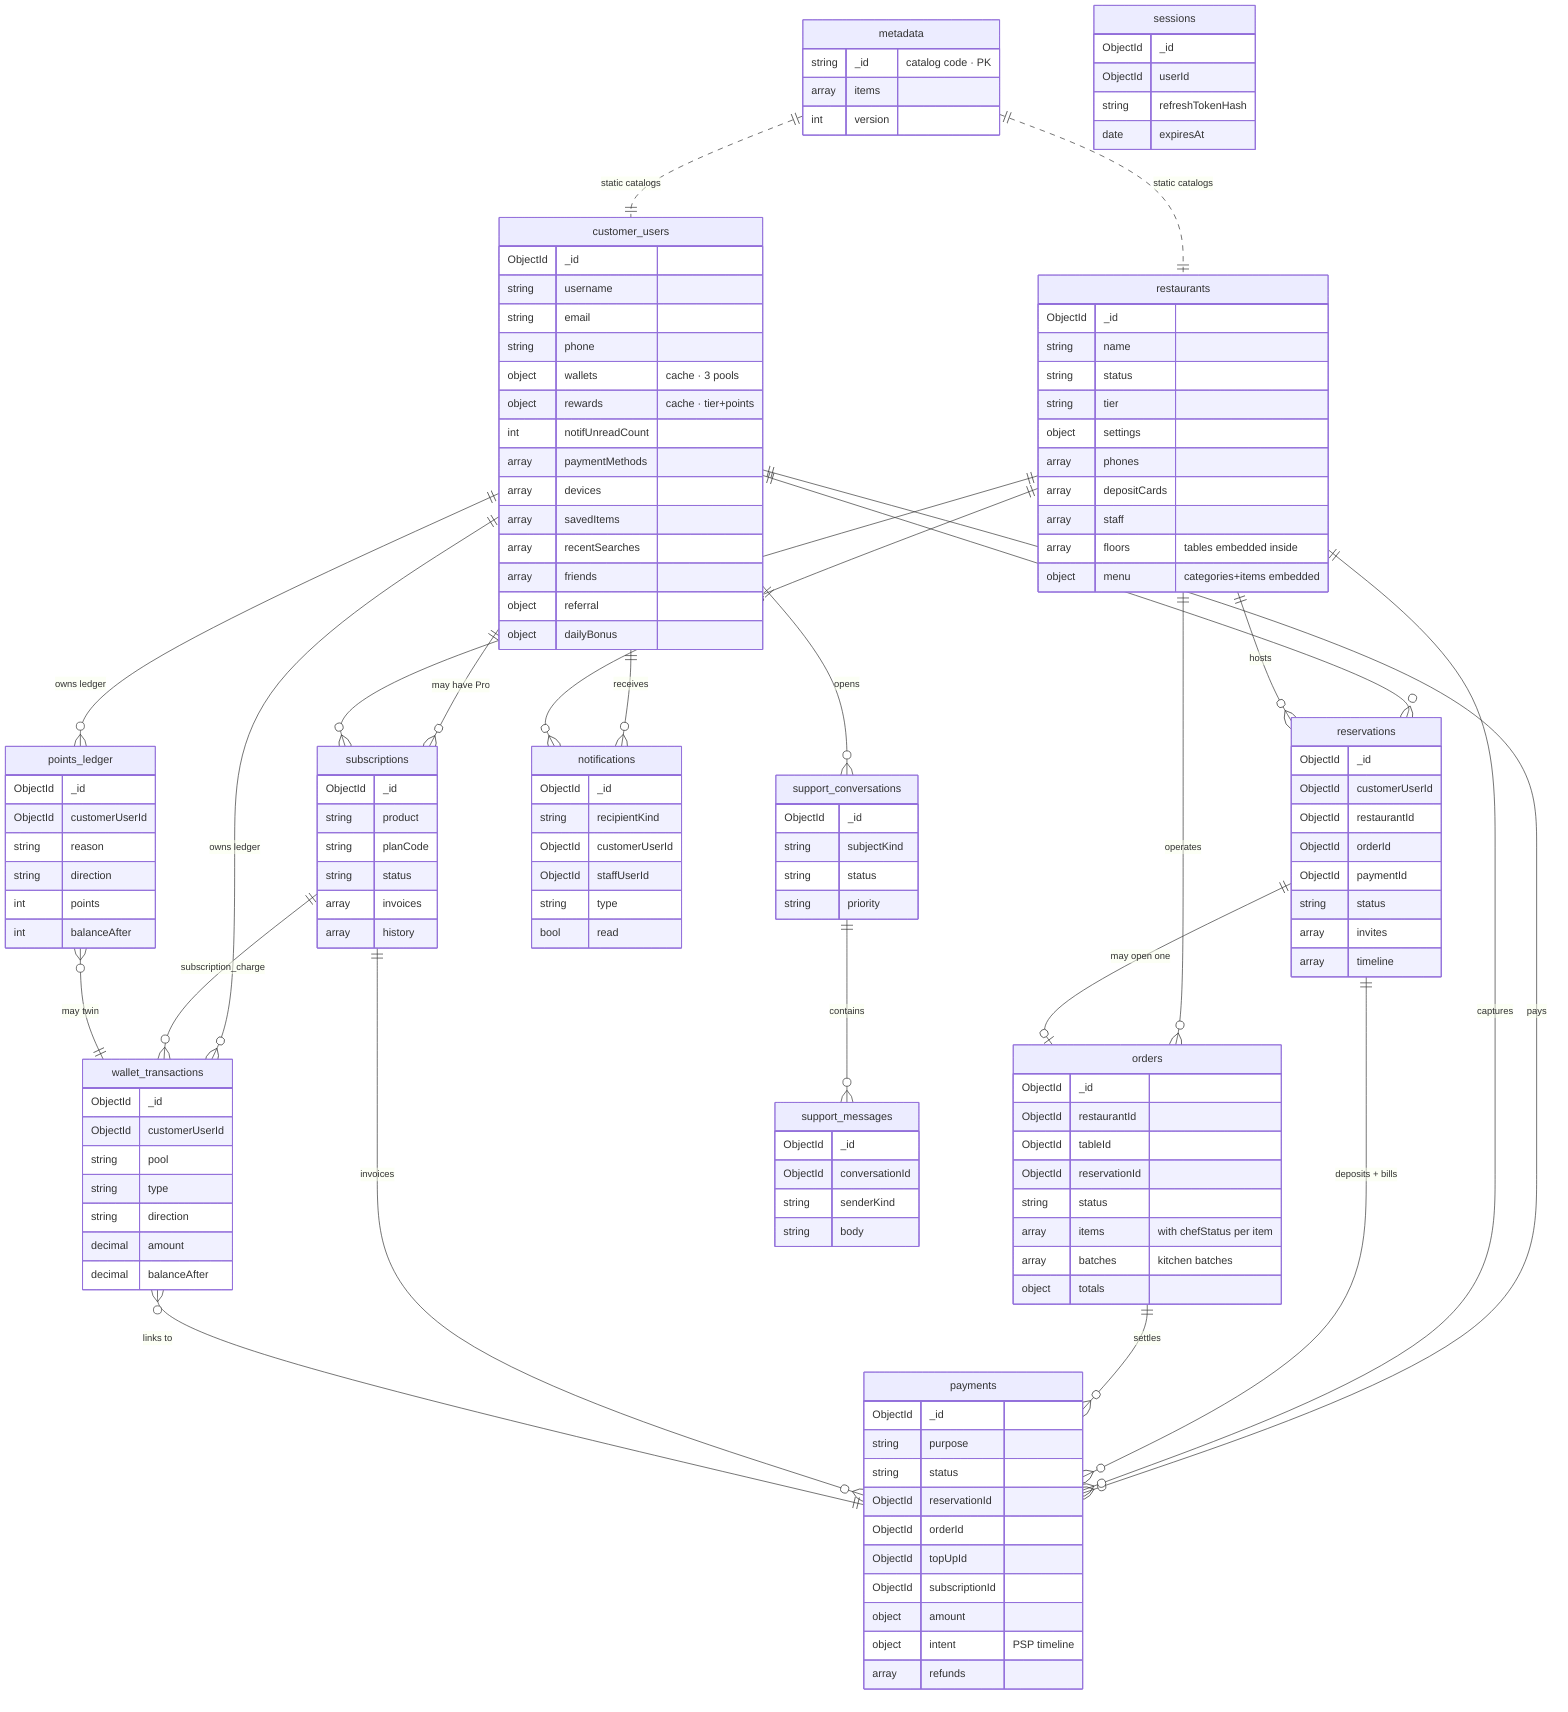
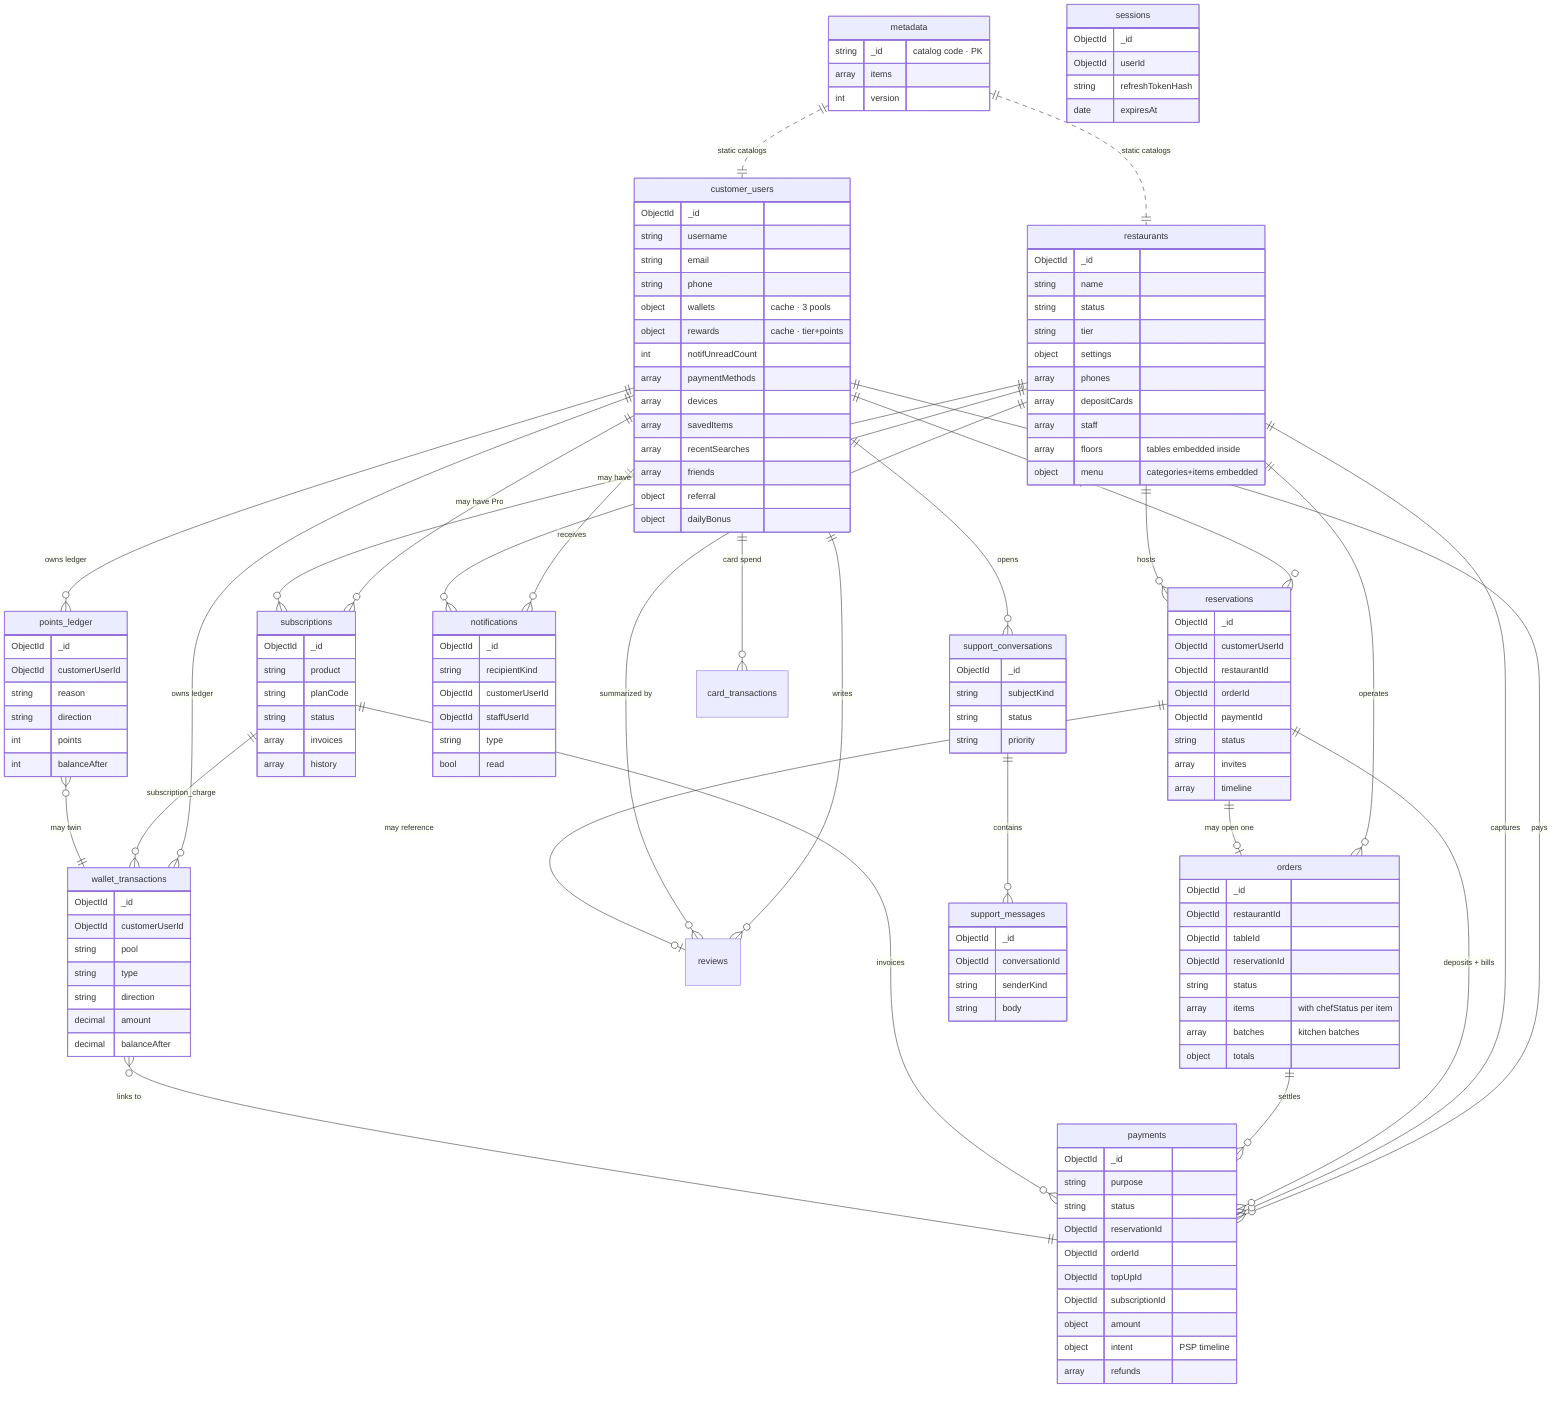
erDiagram
- %% The 13-collection compromise schema. Lines marked with `||--o{` mean
+ %% The 14-collection compromise schema. Lines marked with `||--o{` mean
%% "exactly-one to many"; `}o--o{` means many-to-many via embedded references.
%% Cache fields living on `customer_users` (wallets, rewards, notifUnread) are
%% kept in sync atomically with the authoritative ledger collections.
    customer_users ||--o{ reservations : "places"
    customer_users ||--o{ wallet_transactions : "owns ledger"
    customer_users ||--o{ points_ledger : "owns ledger"
    customer_users ||--o{ payments : "pays"
    customer_users ||--o{ subscriptions : "may have Pro"
    customer_users ||--o{ notifications : "receives"
    customer_users ||--o{ support_conversations : "opens"
+     customer_users ||--o{ reviews : "writes"
+     customer_users ||--o{ card_transactions : "card spend"

    restaurants ||--o{ reservations : "hosts"
+     restaurants ||--o{ reviews : "summarized by"
    restaurants ||--o{ orders : "operates"
    restaurants ||--o{ payments : "captures"
    restaurants ||--o{ subscriptions : "may have tier"
    restaurants ||--o{ notifications : "receives"

    reservations ||--o| orders : "may open one"
    reservations ||--o{ payments : "deposits + bills"
+     reservations ||--o| reviews : "may reference"

    orders ||--o{ payments : "settles"

    subscriptions ||--o{ payments : "invoices"
    subscriptions ||--o{ wallet_transactions : "subscription_charge"

    wallet_transactions }o--|| payments : "links to"
    points_ledger }o--|| wallet_transactions : "may twin"

    support_conversations ||--o{ support_messages : "contains"

    metadata ||..|| customer_users : "static catalogs"
    metadata ||..|| restaurants : "static catalogs"

    customer_users {
        ObjectId _id
        string username
        string email
        string phone
        object wallets       "cache · 3 pools"
        object rewards       "cache · tier+points"
        int    notifUnreadCount
        array  paymentMethods
        array  devices
        array  savedItems
        array  recentSearches
        array  friends
        object referral
        object dailyBonus
    }
    restaurants {
        ObjectId _id
        string name
        string status
        string tier
        object settings
        array  phones
        array  depositCards
        array  staff
        array  floors           "tables embedded inside"
        object menu             "categories+items embedded"
    }
    reservations {
        ObjectId _id
        ObjectId customerUserId
        ObjectId restaurantId
        ObjectId orderId
        ObjectId paymentId
        string   status
        array    invites
        array    timeline
    }
    orders {
        ObjectId _id
        ObjectId restaurantId
        ObjectId tableId
        ObjectId reservationId
        string   status
        array    items          "with chefStatus per item"
        array    batches        "kitchen batches"
        object   totals
    }
    payments {
        ObjectId _id
        string   purpose
        string   status
        ObjectId reservationId
        ObjectId orderId
        ObjectId topUpId
        ObjectId subscriptionId
        object   amount
        object   intent          "PSP timeline"
        array    refunds
    }
    wallet_transactions {
        ObjectId _id
        ObjectId customerUserId
        string   pool
        string   type
        string   direction
        decimal  amount
        decimal  balanceAfter
    }
    points_ledger {
        ObjectId _id
        ObjectId customerUserId
        string   reason
        string   direction
        int      points
        int      balanceAfter
    }
    notifications {
        ObjectId _id
        string   recipientKind
        ObjectId customerUserId
        ObjectId staffUserId
        string   type
        bool     read
    }
    support_conversations {
        ObjectId _id
        string   subjectKind
        string   status
        string   priority
    }
    support_messages {
        ObjectId _id
        ObjectId conversationId
        string   senderKind
        string   body
    }
    subscriptions {
        ObjectId _id
        string   product
        string   planCode
        string   status
        array    invoices
        array    history
    }
    sessions {
        ObjectId _id
        ObjectId userId
        string   refreshTokenHash
        date     expiresAt
    }
    metadata {
        string   _id            "catalog code · PK"
        array    items
        int      version
    }
